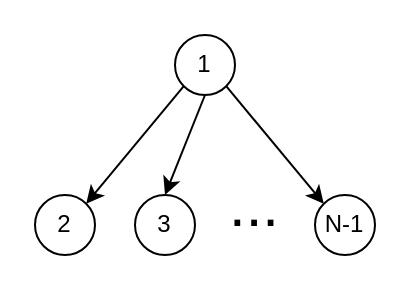
This is tree.drawio from semink/drawings, a draw.io file, before an edit. Source tidied: cells renumbered, new cells numbered last; positions are measured from the earlier drawing's top-left corner, leaving out a move shared by most shapes. Both pictures are drawn from the tidied source at 200%, with x=0, y=0 at pixel (34, 34).
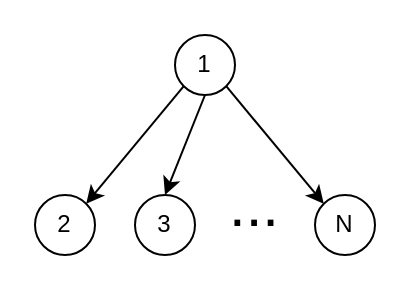
The same page after the edit.

Diff of the diagram source:
```diff
@@
 <mxGraphModel>
   <root>
     <mxCell id="0" />
     <mxCell id="1" parent="0" />
     <mxCell id="2" style="rounded=0;jettySize=auto;html=1;exitX=0;exitY=1;exitDx=0;exitDy=0;entryX=1;entryY=0;entryDx=0;entryDy=0;" parent="1" edge="1" source="5" target="7">
       <mxGeometry relative="1" as="geometry" />
     </mxCell>
     <mxCell id="3" style="rounded=0;jettySize=auto;html=1;exitX=0.5;exitY=1;exitDx=0;exitDy=0;entryX=0.5;entryY=0;entryDx=0;entryDy=0;" parent="1" edge="1" source="5" target="8">
       <mxGeometry relative="1" as="geometry" />
     </mxCell>
     <mxCell id="4" style="rounded=0;jettySize=auto;html=1;exitX=1;exitY=1;exitDx=0;exitDy=0;entryX=0;entryY=0;entryDx=0;entryDy=0;" parent="1" edge="1" source="5" target="9">
       <mxGeometry relative="1" as="geometry" />
     </mxCell>
     <mxCell id="5" value="1" style="ellipse;whiteSpace=wrap;html=1;" parent="1" vertex="1">
       <mxGeometry x="70" width="30" height="30" as="geometry" />
     </mxCell>
     <mxCell id="6" style="group;" parent="1" vertex="1">
       <mxGeometry y="70" width="170" height="40" as="geometry" />
     </mxCell>
     <mxCell id="7" value="2" style="ellipse;whiteSpace=wrap;html=1;" parent="6" vertex="1">
       <mxGeometry y="10" width="30" height="30" as="geometry" />
     </mxCell>
     <mxCell id="8" value="3" style="ellipse;whiteSpace=wrap;html=1;" parent="6" vertex="1">
       <mxGeometry x="50" y="10" width="30" height="30" as="geometry" />
     </mxCell>
-    <mxCell id="9" value="N-1" style="ellipse;whiteSpace=wrap;html=1;" parent="6" vertex="1">
+    <mxCell id="9" value="N" style="ellipse;whiteSpace=wrap;html=1;" parent="6" vertex="1">
       <mxGeometry x="140" y="10" width="30" height="30" as="geometry" />
     </mxCell>
     <mxCell id="10" value="..." style="text;html=1;strokeColor=none;fillColor=none;align=center;verticalAlign=middle;whiteSpace=wrap;rounded=0;fontSize=30;" parent="6" vertex="1">
       <mxGeometry x="80" width="60" height="30" as="geometry" />
     </mxCell>
   </root>
 </mxGraphModel>
```
